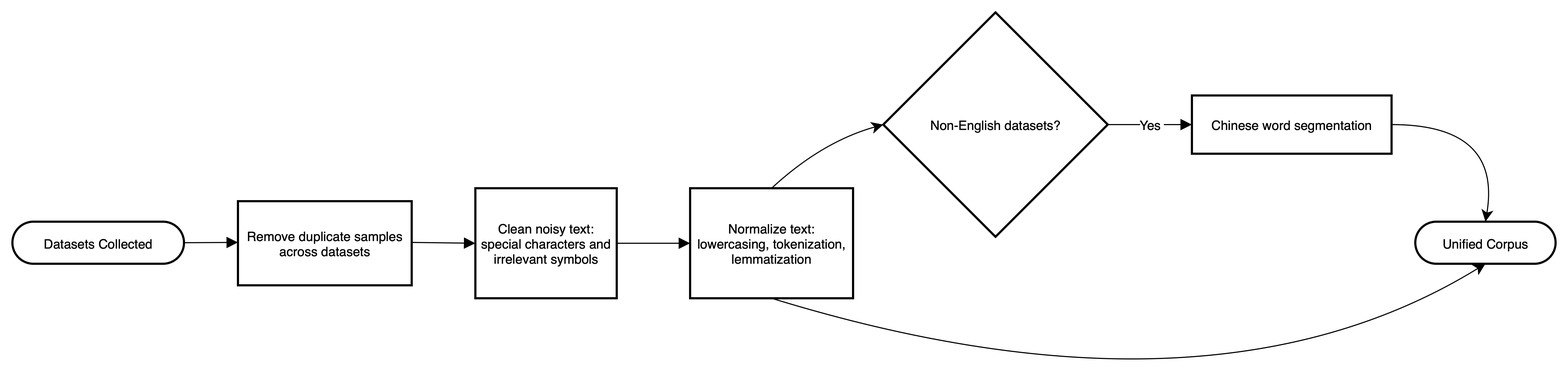
The draw.io diagram chart/chapter 3/3.4.drawio.png in ppipppiu/thesis, before a commit. Source tidied: cells renumbered, new cells last; positions are measured from the earlier drawing's top-left corner, leaving out a move shared by most shapes. Source of this version:
```xml
<mxGraphModel>
  <root>
    <mxCell id="0" />
    <mxCell id="1" parent="0" />
    <mxCell id="2" value="Datasets Collected" style="rounded=1;whiteSpace=wrap;arcSize=50;strokeWidth=2;" parent="1" vertex="1">
      <mxGeometry y="194" width="159" height="39" as="geometry" />
    </mxCell>
    <mxCell id="3" value="Remove duplicate samples across datasets" style="whiteSpace=wrap;strokeWidth=2;" parent="1" vertex="1">
      <mxGeometry x="209" y="175" width="161" height="78" as="geometry" />
    </mxCell>
    <mxCell id="4" value="Clean noisy text: special characters and irrelevant symbols" style="whiteSpace=wrap;strokeWidth=2;" parent="1" vertex="1">
      <mxGeometry x="429" y="163" width="131" height="102" as="geometry" />
    </mxCell>
    <mxCell id="5" style="edgeStyle=none;curved=1;rounded=0;jettySize=auto;html=1;exitX=0.5;exitY=0;exitDx=0;exitDy=0;entryX=0;entryY=0.5;entryDx=0;entryDy=0;fontSize=12;startSize=8;endSize=8;" parent="1" edge="1" source="7" target="8">
      <mxGeometry relative="1" as="geometry">
        <Array as="points">
          <mxPoint x="750" y="120" />
        </Array>
      </mxGeometry>
    </mxCell>
    <mxCell id="6" style="edgeStyle=none;curved=1;rounded=0;jettySize=auto;html=1;exitX=0.5;exitY=1;exitDx=0;exitDy=0;entryX=0.5;entryY=1;entryDx=0;entryDy=0;fontSize=12;startSize=8;endSize=8;" parent="1" edge="1" source="7" target="11">
      <mxGeometry relative="1" as="geometry">
        <Array as="points">
          <mxPoint x="1110" y="390" />
        </Array>
      </mxGeometry>
    </mxCell>
    <mxCell id="7" value="Normalize text: lowercasing, tokenization, lemmatization" style="whiteSpace=wrap;strokeWidth=2;" parent="1" vertex="1">
      <mxGeometry x="628" y="163" width="151" height="102" as="geometry" />
    </mxCell>
    <mxCell id="8" value="Non-English datasets?" style="rhombus;strokeWidth=2;whiteSpace=wrap;" parent="1" vertex="1">
      <mxGeometry x="807" width="208" height="208" as="geometry" />
    </mxCell>
    <mxCell id="9" style="edgeStyle=none;curved=1;rounded=0;jettySize=auto;html=1;exitX=1;exitY=0.5;exitDx=0;exitDy=0;entryX=0.5;entryY=0;entryDx=0;entryDy=0;fontSize=12;startSize=8;endSize=8;" parent="1" edge="1" source="10" target="11">
      <mxGeometry relative="1" as="geometry">
        <Array as="points">
          <mxPoint x="1380" y="104" />
        </Array>
      </mxGeometry>
    </mxCell>
    <mxCell id="10" value="Chinese word segmentation" style="whiteSpace=wrap;strokeWidth=2;" parent="1" vertex="1">
      <mxGeometry x="1093" y="77" width="185" height="54" as="geometry" />
    </mxCell>
    <mxCell id="11" value="Unified Corpus" style="rounded=1;whiteSpace=wrap;arcSize=50;strokeWidth=2;" parent="1" vertex="1">
      <mxGeometry x="1300" y="194" width="130" height="39" as="geometry" />
    </mxCell>
    <mxCell id="12" style="curved=1;startArrow=none;endArrow=block;exitX=1;exitY=0.5;entryX=0;entryY=0.49;rounded=0;fontSize=12;startSize=8;endSize=8;" parent="1" edge="1" source="2" target="3">
      <mxGeometry relative="1" as="geometry" />
    </mxCell>
    <mxCell id="13" style="curved=1;startArrow=none;endArrow=block;exitX=1;exitY=0.49;entryX=0;entryY=0.5;rounded=0;fontSize=12;startSize=8;endSize=8;" parent="1" edge="1" source="3" target="4">
      <mxGeometry relative="1" as="geometry" />
    </mxCell>
    <mxCell id="14" style="curved=1;startArrow=none;endArrow=block;exitX=1;exitY=0.5;entryX=0;entryY=0.5;rounded=0;fontSize=12;startSize=8;endSize=8;" parent="1" edge="1" source="4" target="7">
      <mxGeometry relative="1" as="geometry" />
    </mxCell>
    <mxCell id="15" value="Yes" style="curved=1;startArrow=none;endArrow=block;exitX=1;exitY=0.5;entryX=0;entryY=0.5;rounded=0;fontSize=12;startSize=8;endSize=8;" parent="1" edge="1" source="8" target="10">
      <mxGeometry relative="1" as="geometry" />
    </mxCell>
  </root>
</mxGraphModel>
```
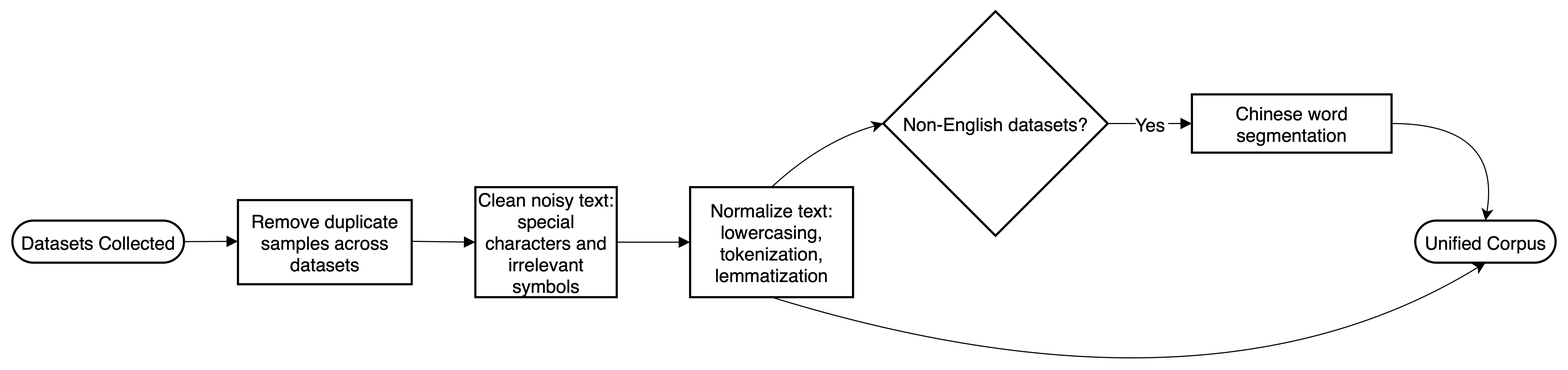
Above is the later version.

Change to the diagram source:
```diff
@@ -2,58 +2,58 @@
   <root>
     <mxCell id="0" />
     <mxCell id="1" parent="0" />
-    <mxCell id="2" value="Datasets Collected" style="rounded=1;whiteSpace=wrap;arcSize=50;strokeWidth=2;" parent="1" vertex="1">
+    <mxCell id="2" value="Datasets Collected" style="rounded=1;whiteSpace=wrap;arcSize=50;strokeWidth=2;fontSize=17;" parent="1" vertex="1">
       <mxGeometry y="194" width="159" height="39" as="geometry" />
     </mxCell>
-    <mxCell id="3" value="Remove duplicate samples across datasets" style="whiteSpace=wrap;strokeWidth=2;" parent="1" vertex="1">
+    <mxCell id="3" value="Remove duplicate samples across datasets" style="whiteSpace=wrap;strokeWidth=2;fontSize=17;" parent="1" vertex="1">
       <mxGeometry x="209" y="175" width="161" height="78" as="geometry" />
     </mxCell>
-    <mxCell id="4" value="Clean noisy text: special characters and irrelevant symbols" style="whiteSpace=wrap;strokeWidth=2;" parent="1" vertex="1">
+    <mxCell id="4" value="Clean noisy text: special characters and irrelevant symbols" style="whiteSpace=wrap;strokeWidth=2;fontSize=17;" parent="1" vertex="1">
       <mxGeometry x="429" y="163" width="131" height="102" as="geometry" />
     </mxCell>
-    <mxCell id="5" style="edgeStyle=none;curved=1;rounded=0;jettySize=auto;html=1;exitX=0.5;exitY=0;exitDx=0;exitDy=0;entryX=0;entryY=0.5;entryDx=0;entryDy=0;fontSize=12;startSize=8;endSize=8;" parent="1" edge="1" source="7" target="8">
+    <mxCell id="5" style="edgeStyle=none;curved=1;rounded=0;jettySize=auto;html=1;exitX=0.5;exitY=0;exitDx=0;exitDy=0;entryX=0;entryY=0.5;entryDx=0;entryDy=0;fontSize=17;startSize=8;endSize=8;" parent="1" edge="1" source="7" target="8">
       <mxGeometry relative="1" as="geometry">
         <Array as="points">
           <mxPoint x="750" y="120" />
         </Array>
       </mxGeometry>
     </mxCell>
-    <mxCell id="6" style="edgeStyle=none;curved=1;rounded=0;jettySize=auto;html=1;exitX=0.5;exitY=1;exitDx=0;exitDy=0;entryX=0.5;entryY=1;entryDx=0;entryDy=0;fontSize=12;startSize=8;endSize=8;" parent="1" edge="1" source="7" target="11">
+    <mxCell id="6" style="edgeStyle=none;curved=1;rounded=0;jettySize=auto;html=1;exitX=0.5;exitY=1;exitDx=0;exitDy=0;entryX=0.5;entryY=1;entryDx=0;entryDy=0;fontSize=17;startSize=8;endSize=8;" parent="1" edge="1" source="7" target="11">
       <mxGeometry relative="1" as="geometry">
         <Array as="points">
           <mxPoint x="1110" y="390" />
         </Array>
       </mxGeometry>
     </mxCell>
-    <mxCell id="7" value="Normalize text: lowercasing, tokenization, lemmatization" style="whiteSpace=wrap;strokeWidth=2;" parent="1" vertex="1">
+    <mxCell id="7" value="Normalize text: lowercasing, tokenization, lemmatization" style="whiteSpace=wrap;strokeWidth=2;fontSize=17;" parent="1" vertex="1">
       <mxGeometry x="628" y="163" width="151" height="102" as="geometry" />
     </mxCell>
-    <mxCell id="8" value="Non-English datasets?" style="rhombus;strokeWidth=2;whiteSpace=wrap;" parent="1" vertex="1">
+    <mxCell id="8" value="Non-English datasets?" style="rhombus;strokeWidth=2;whiteSpace=wrap;fontSize=17;" parent="1" vertex="1">
       <mxGeometry x="807" width="208" height="208" as="geometry" />
     </mxCell>
-    <mxCell id="9" style="edgeStyle=none;curved=1;rounded=0;jettySize=auto;html=1;exitX=1;exitY=0.5;exitDx=0;exitDy=0;entryX=0.5;entryY=0;entryDx=0;entryDy=0;fontSize=12;startSize=8;endSize=8;" parent="1" edge="1" source="10" target="11">
+    <mxCell id="9" style="edgeStyle=none;curved=1;rounded=0;jettySize=auto;html=1;exitX=1;exitY=0.5;exitDx=0;exitDy=0;entryX=0.5;entryY=0;entryDx=0;entryDy=0;fontSize=17;startSize=8;endSize=8;" parent="1" edge="1" source="10" target="11">
       <mxGeometry relative="1" as="geometry">
         <Array as="points">
           <mxPoint x="1380" y="104" />
         </Array>
       </mxGeometry>
     </mxCell>
-    <mxCell id="10" value="Chinese word segmentation" style="whiteSpace=wrap;strokeWidth=2;" parent="1" vertex="1">
+    <mxCell id="10" value="Chinese word segmentation" style="whiteSpace=wrap;strokeWidth=2;fontSize=17;" parent="1" vertex="1">
       <mxGeometry x="1093" y="77" width="185" height="54" as="geometry" />
     </mxCell>
-    <mxCell id="11" value="Unified Corpus" style="rounded=1;whiteSpace=wrap;arcSize=50;strokeWidth=2;" parent="1" vertex="1">
+    <mxCell id="11" value="Unified Corpus" style="rounded=1;whiteSpace=wrap;arcSize=50;strokeWidth=2;fontSize=17;" parent="1" vertex="1">
       <mxGeometry x="1300" y="194" width="130" height="39" as="geometry" />
     </mxCell>
-    <mxCell id="12" style="curved=1;startArrow=none;endArrow=block;exitX=1;exitY=0.5;entryX=0;entryY=0.49;rounded=0;fontSize=12;startSize=8;endSize=8;" parent="1" edge="1" source="2" target="3">
+    <mxCell id="12" style="curved=1;startArrow=none;endArrow=block;exitX=1;exitY=0.5;entryX=0;entryY=0.49;rounded=0;fontSize=17;startSize=8;endSize=8;" parent="1" edge="1" source="2" target="3">
       <mxGeometry relative="1" as="geometry" />
     </mxCell>
-    <mxCell id="13" style="curved=1;startArrow=none;endArrow=block;exitX=1;exitY=0.49;entryX=0;entryY=0.5;rounded=0;fontSize=12;startSize=8;endSize=8;" parent="1" edge="1" source="3" target="4">
+    <mxCell id="13" style="curved=1;startArrow=none;endArrow=block;exitX=1;exitY=0.49;entryX=0;entryY=0.5;rounded=0;fontSize=17;startSize=8;endSize=8;" parent="1" edge="1" source="3" target="4">
       <mxGeometry relative="1" as="geometry" />
     </mxCell>
-    <mxCell id="14" style="curved=1;startArrow=none;endArrow=block;exitX=1;exitY=0.5;entryX=0;entryY=0.5;rounded=0;fontSize=12;startSize=8;endSize=8;" parent="1" edge="1" source="4" target="7">
+    <mxCell id="14" style="curved=1;startArrow=none;endArrow=block;exitX=1;exitY=0.5;entryX=0;entryY=0.5;rounded=0;fontSize=17;startSize=8;endSize=8;" parent="1" edge="1" source="4" target="7">
       <mxGeometry relative="1" as="geometry" />
     </mxCell>
-    <mxCell id="15" value="Yes" style="curved=1;startArrow=none;endArrow=block;exitX=1;exitY=0.5;entryX=0;entryY=0.5;rounded=0;fontSize=12;startSize=8;endSize=8;" parent="1" edge="1" source="8" target="10">
+    <mxCell id="15" value="Yes" style="curved=1;startArrow=none;endArrow=block;exitX=1;exitY=0.5;entryX=0;entryY=0.5;rounded=0;fontSize=17;startSize=8;endSize=8;" parent="1" edge="1" source="8" target="10">
       <mxGeometry relative="1" as="geometry" />
     </mxCell>
   </root>
```
